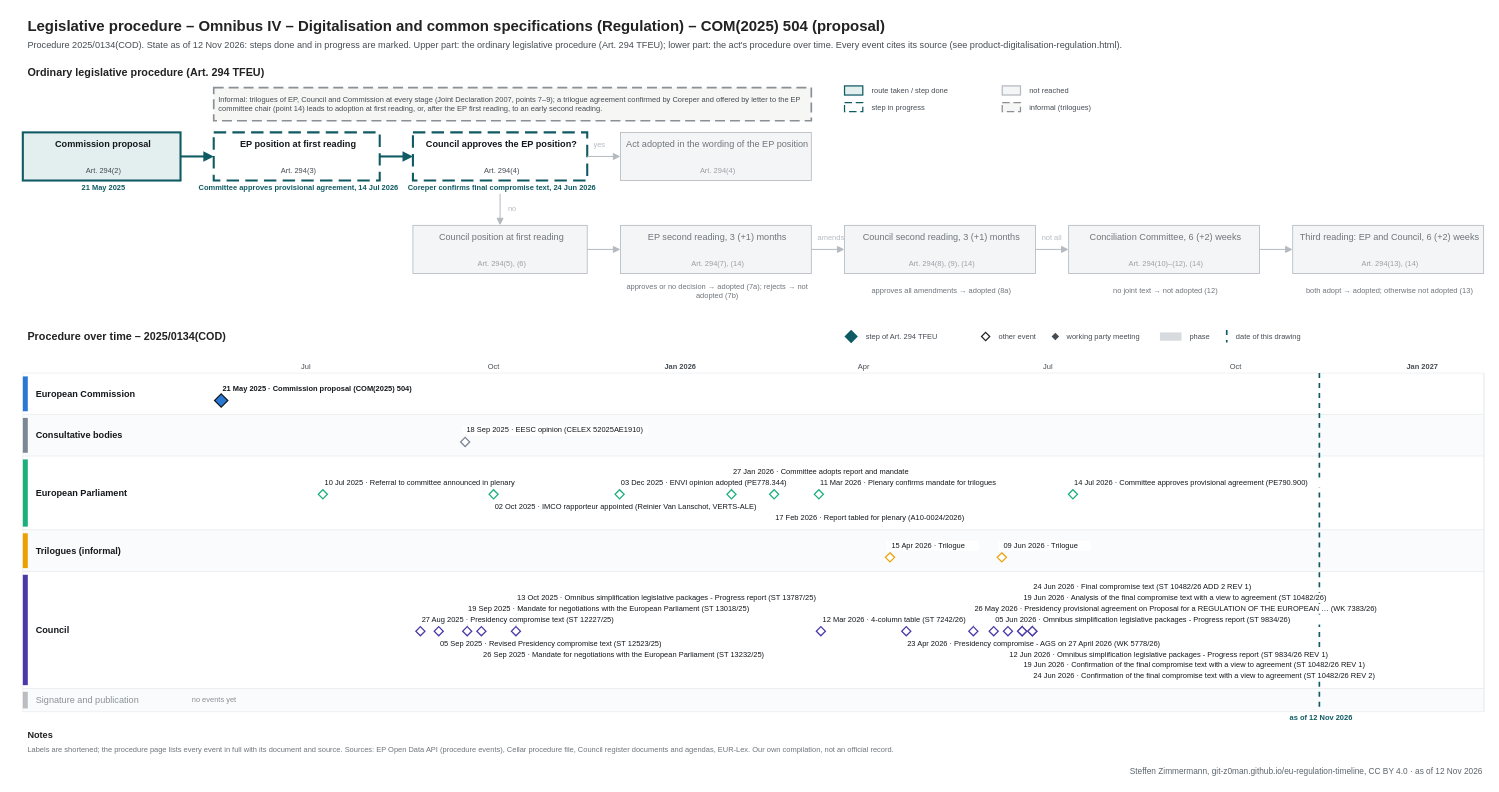
This is procedures/product-digitalisation-regulation.drawio from git-z0man/eu-regulation-timeline, a draw.io file, before an edit. Source tidied: cells renumbered, new cells numbered last; positions are measured from the earlier drawing's top-left corner, leaving out a move shared by most shapes. Both pictures are drawn from the tidied source at 83%, with x=0, y=0 at pixel (14, 14).
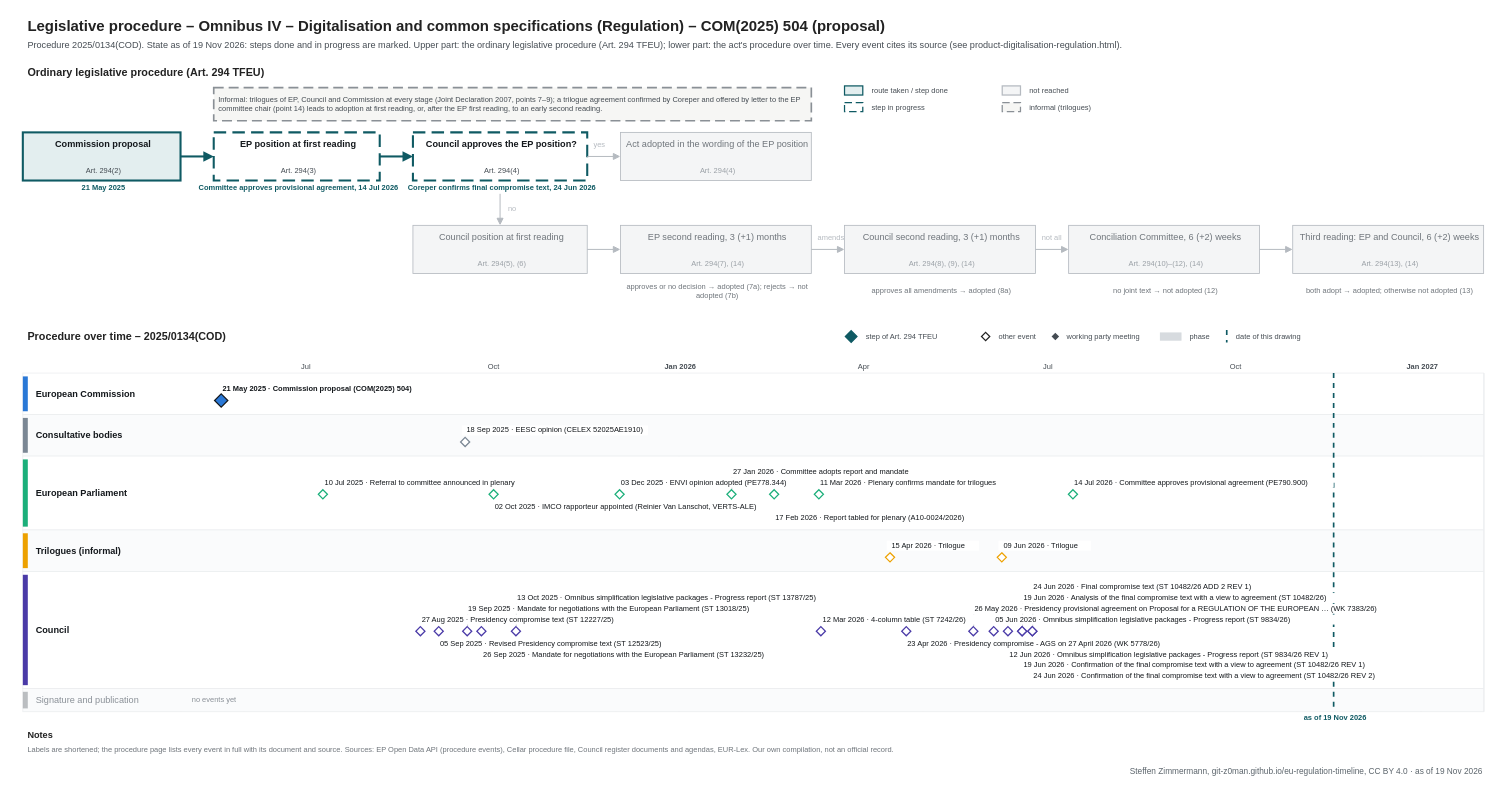
After the change.

What changed in the source:
```diff
@@
-    <mxCell id="3" value="Procedure 2025/0134(COD). State as of 12 Nov 2026: steps done and in progress are marked. Upper part: the ordinary legislative procedure (Art. 294 TFEU); lower part: the act's procedure over time. Every event cites its source (see product-digitalisation-regulation.html)." style="text;html=1;fontSize=11;fontColor=#454c53;align=left;verticalAlign=middle;spacingLeft=4;" parent="1" vertex="1">
+    <mxCell id="3" value="Procedure 2025/0134(COD). State as of 19 Nov 2026: steps done and in progress are marked. Upper part: the ordinary legislative procedure (Art. 294 TFEU); lower part: the act's procedure over time. Every event cites its source (see product-digitalisation-regulation.html)." style="text;html=1;fontSize=11;fontColor=#454c53;align=left;verticalAlign=middle;spacingLeft=4;" parent="1" vertex="1">
       <mxGeometry x="10" y="28" width="1700" height="18" as="geometry" />
     </mxCell>
@@
     <mxCell id="120" style="line;html=1;strokeWidth=2;strokeColor=#0f5a63;direction=south;dashed=1;" parent="1" vertex="1">
-      <mxGeometry x="1571.6" y="432" width="1" height="408" as="geometry" />
+      <mxGeometry x="1588.8" y="432" width="1" height="408" as="geometry" />
     </mxCell>
-    <mxCell id="121" value="as of 12 Nov 2026" style="text;html=1;fontSize=9;fontColor=#0f5a63;align=center;verticalAlign=middle;spacingLeft=4;fontStyle=1;" parent="1" vertex="1">
-      <mxGeometry x="1511.6" y="841" width="120" height="12" as="geometry" />
+    <mxCell id="121" value="as of 19 Nov 2026" style="text;html=1;fontSize=9;fontColor=#0f5a63;align=center;verticalAlign=middle;spacingLeft=4;fontStyle=1;" parent="1" vertex="1">
+      <mxGeometry x="1528.8" y="841" width="120" height="12" as="geometry" />
     </mxCell>
@@
-    <mxCell id="185" value="Steffen Zimmermann, git-z0man.github.io/eu-regulation-timeline, CC BY 4.0 · as of 12 Nov 2026" style="text;html=1;fontSize=10;fontColor=#5b646b;align=right;verticalAlign=middle;spacingLeft=4;" parent="1" vertex="1">
+    <mxCell id="185" value="Steffen Zimmermann, git-z0man.github.io/eu-regulation-timeline, CC BY 4.0 · as of 19 Nov 2026" style="text;html=1;fontSize=10;fontColor=#5b646b;align=right;verticalAlign=middle;spacingLeft=4;" parent="1" vertex="1">
       <mxGeometry x="10" y="904" width="1760" height="16" as="geometry" />
     </mxCell>
```
